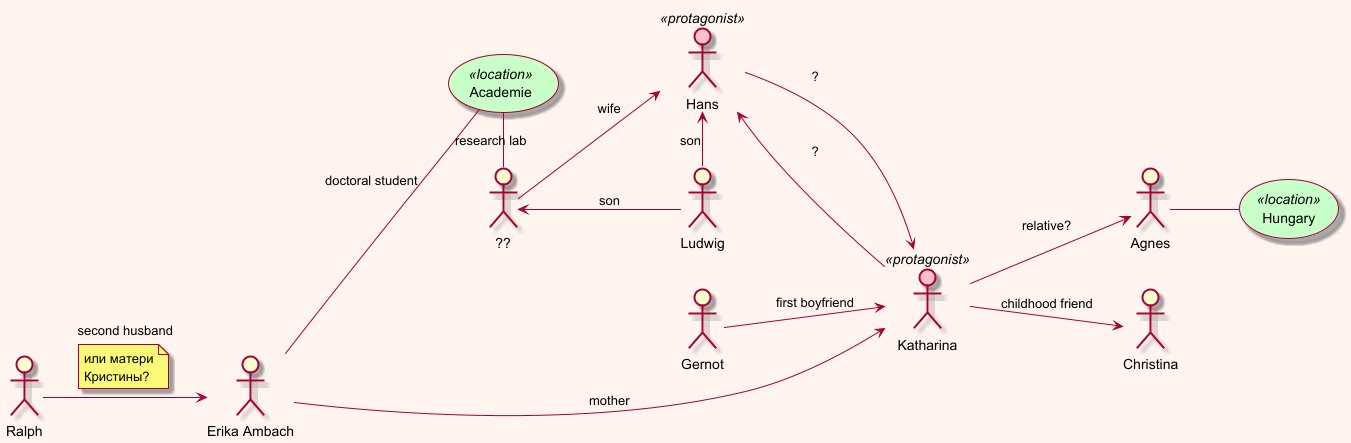
This is Kairos/kairos.png from olek3/reading, a PlantUML export, as it was before one commit.
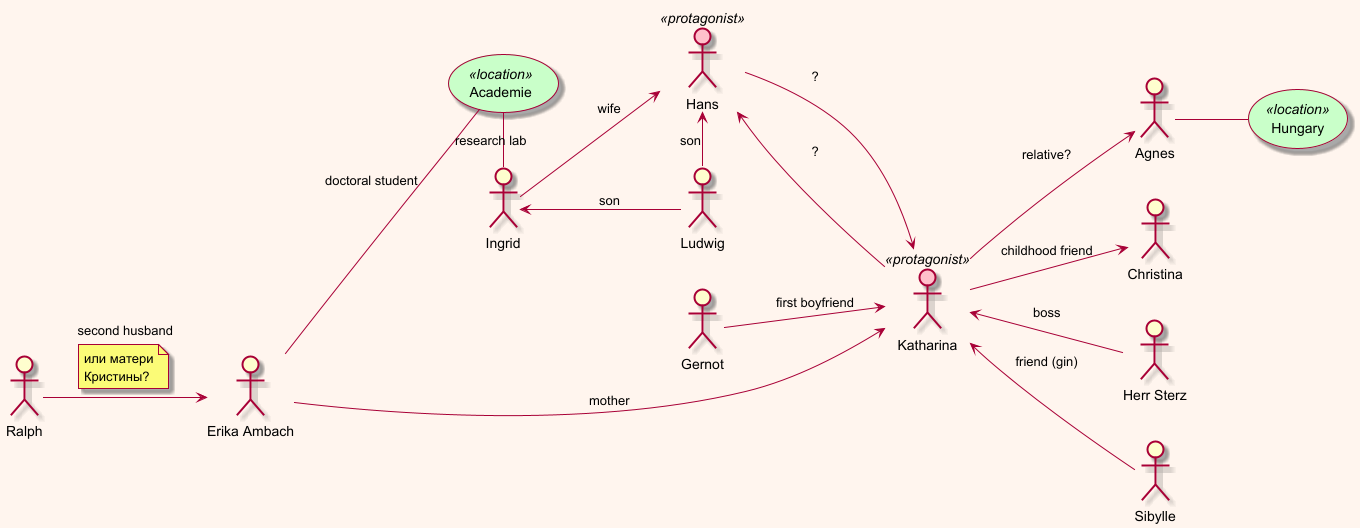
Later version of the same file.

Commit message:
cosmetic diagram update

What changed in the source:
```diff
@@ -22,7 +22,7 @@
 
 erika -- academy : doctoral student
 
-:??: as wife
+:Ingrid: as wife
 
 wife --> hans : wife
 
@@ -45,4 +45,12 @@
 
 :Ralph: --> erika : second husband
 note on link : или матери Кристины?
+
+:Herr Sterz: as boss
+
+kat <-- boss : boss
+
+kat <-- :Sibylle: : friend (gin)
+
+
 @enduml
```
